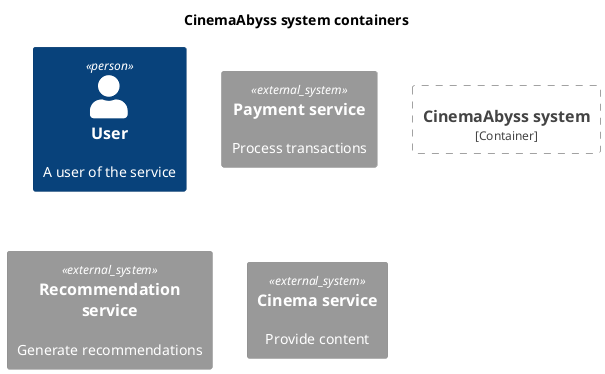
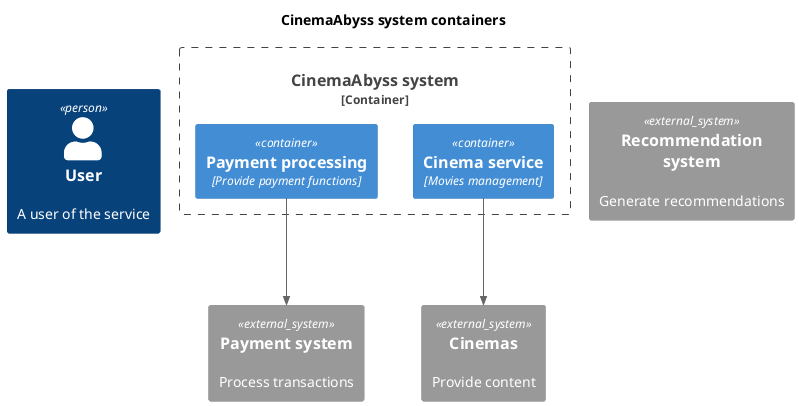
@startuml CinemaAbyss_container

title CinemaAbyss system containers

'!includeurl https://raw.githubusercontent.com/RicardoNiepel/C4-PlantUML/master/C4_Component.puml
!include <C4/C4_Component.puml>

' Users
Person(user, "User", "A user of the service")

' CinemaAbyss system
Container_Boundary(CinAbSystem, "CinemaAbyss system") {
+     Container(PaymentService, "Payment processing", "Provide payment functions")
+     Container(CinemaService, "Cinema service", "Movies management")
+ 
+ 

}

' External systems
- System_Ext(PaymentService, "Payment service", "Process transactions")
- System_Ext(RecommendationService, "Recommendation service", "Generate recommendations")
- System_Ext(CinemaService, "Cinema service", "Provide content")
+ System_Ext(PaymentSystem, "Payment system", "Process transactions")
+ System_Ext(RecommendationSystem, "Recommendation system", "Generate recommendations")
+ System_Ext(Cinemas, "Cinemas", "Provide content")
+ 'System_Ext(FileService, "S3", "Store files")
+ 
+ ' Relations
+ Rel(PaymentService, PaymentSystem, "")
+ Rel(CinemaService, Cinemas, "")
+ 


@enduml